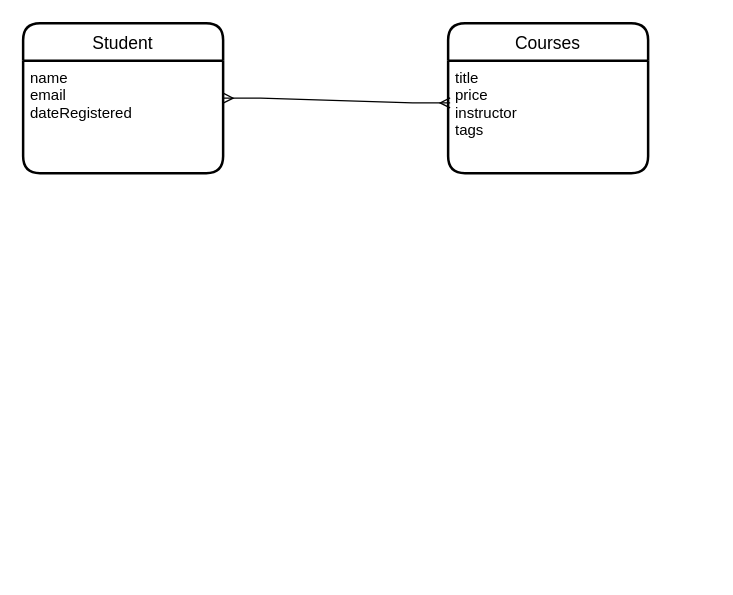
Before: Untitled Diagram.drawio in SiloryL/Learning, a draw.io diagram. Source tidied: cells renumbered, new cells numbered last; positions are measured from the earlier drawing's top-left corner, leaving out a move shared by most shapes. Both pictures are drawn from the tidied source at 125%, with x=0, y=0 at pixel (22, 22).
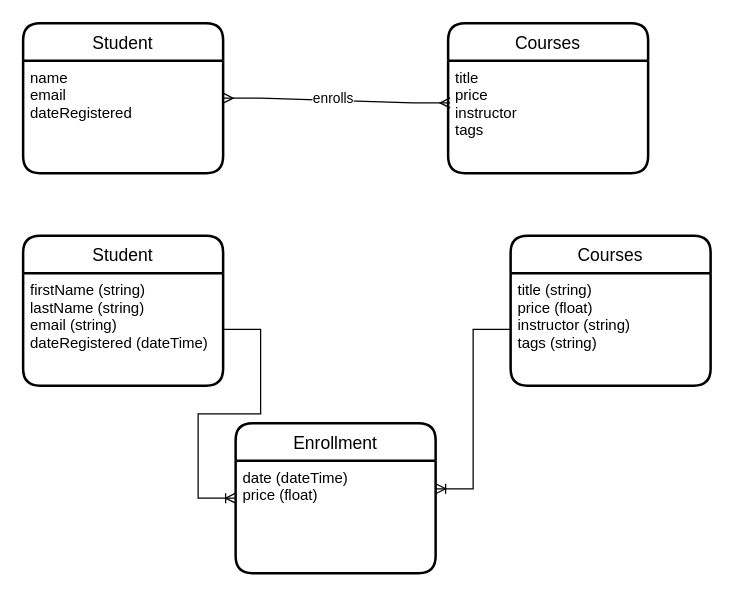
Above is the later version.

What changed in the source:
```diff
@@
 <mxGraphModel>
   <root>
     <mxCell id="0" />
     <mxCell id="1" parent="0" />
     <mxCell id="2" value="Student" style="swimlane;horizontal=1;startSize=30;rounded=1;fontSize=14;fontStyle=0;strokeWidth=2;shadow=0;dashed=0;align=center;" parent="1" vertex="1">
       <mxGeometry width="160" height="120" as="geometry" />
     </mxCell>
     <mxCell id="3" style="edgeStyle=entityRelationEdgeStyle;fontSize=12;html=1;endArrow=ERmany;startArrow=ERmany;rounded=0;entryX=0.01;entryY=0.376;entryDx=0;entryDy=0;entryPerimeter=0;" parent="2" edge="1" target="6">
       <mxGeometry relative="1" as="geometry">
         <mxPoint x="160" y="60" as="sourcePoint" />
       </mxGeometry>
     </mxCell>
+    <mxCell id="7" value="enrolls" style="edgeLabel;html=1;align=center;verticalAlign=middle;" parent="3" vertex="1">
+      <mxGeometry x="-0.04" y="2" relative="1" as="geometry" />
+    </mxCell>
-    <mxCell id="4" value="name&#10;email&#10;dateRegistered" style="align=left;strokeColor=none;fillColor=none;spacingLeft=4;fontSize=12;verticalAlign=top;" parent="2" vertex="1">
+    <mxCell id="4" value="name&#10;email&#10;dateRegistered " style="align=left;strokeColor=none;fillColor=none;spacingLeft=4;fontSize=12;verticalAlign=top;" parent="2" vertex="1">
       <mxGeometry y="30" width="160" height="90" as="geometry" />
     </mxCell>
     <mxCell id="5" value="Courses" style="swimlane;horizontal=1;startSize=30;rounded=1;fontSize=14;fontStyle=0;strokeWidth=2;shadow=0;dashed=0;align=center;" parent="1" vertex="1">
       <mxGeometry x="340" width="160" height="120" as="geometry" />
     </mxCell>
     <mxCell id="6" value="title&#10;price&#10;instructor&#10;tags" style="align=left;strokeColor=none;fillColor=none;spacingLeft=4;fontSize=12;verticalAlign=top;" parent="5" vertex="1">
       <mxGeometry y="30" width="160" height="90" as="geometry" />
     </mxCell>
+    <mxCell id="8" value="Student" style="swimlane;horizontal=1;startSize=30;rounded=1;fontSize=14;fontStyle=0;strokeWidth=2;shadow=0;dashed=0;align=center;" parent="1" vertex="1">
+      <mxGeometry y="170" width="160" height="120" as="geometry" />
+    </mxCell>
+    <mxCell id="9" value="firstName (string)&#10;lastName (string)&#10;email (string)&#10;dateRegistered (dateTime)" style="align=left;strokeColor=none;fillColor=none;spacingLeft=4;fontSize=12;verticalAlign=top;" parent="8" vertex="1">
+      <mxGeometry y="30" width="160" height="90" as="geometry" />
+    </mxCell>
+    <mxCell id="10" value="Courses" style="swimlane;horizontal=1;startSize=30;rounded=1;fontSize=14;fontStyle=0;strokeWidth=2;shadow=0;dashed=0;align=center;" parent="1" vertex="1">
+      <mxGeometry x="390" y="170" width="160" height="120" as="geometry" />
+    </mxCell>
+    <mxCell id="11" value="title (string)&#10;price (float)&#10;instructor (string)&#10;tags (string)" style="align=left;strokeColor=none;fillColor=none;spacingLeft=4;fontSize=12;verticalAlign=top;" parent="10" vertex="1">
+      <mxGeometry y="30" width="160" height="90" as="geometry" />
+    </mxCell>
+    <mxCell id="12" value="Enrollment" style="swimlane;horizontal=1;startSize=30;rounded=1;fontSize=14;fontStyle=0;strokeWidth=2;shadow=0;dashed=0;align=center;" parent="1" vertex="1">
+      <mxGeometry x="170" y="320" width="160" height="120" as="geometry" />
+    </mxCell>
+    <mxCell id="13" value="date (dateTime)&#10;price (float)" style="align=left;strokeColor=none;fillColor=none;spacingLeft=4;fontSize=12;verticalAlign=top;" parent="12" vertex="1">
+      <mxGeometry y="30" width="160" height="90" as="geometry" />
+    </mxCell>
+    <mxCell id="14" style="edgeStyle=entityRelationEdgeStyle;fontSize=12;html=1;endArrow=ERoneToMany;rounded=0;exitX=1;exitY=0.5;exitDx=0;exitDy=0;" parent="1" edge="1" source="9" target="12">
+      <mxGeometry relative="1" as="geometry" />
+    </mxCell>
+    <mxCell id="15" style="edgeStyle=entityRelationEdgeStyle;fontSize=12;html=1;endArrow=ERoneToMany;rounded=0;exitX=0;exitY=0.5;exitDx=0;exitDy=0;entryX=1;entryY=0.25;entryDx=0;entryDy=0;" parent="1" edge="1" source="11" target="13">
+      <mxGeometry relative="1" as="geometry" />
+    </mxCell>
   </root>
 </mxGraphModel>
```
